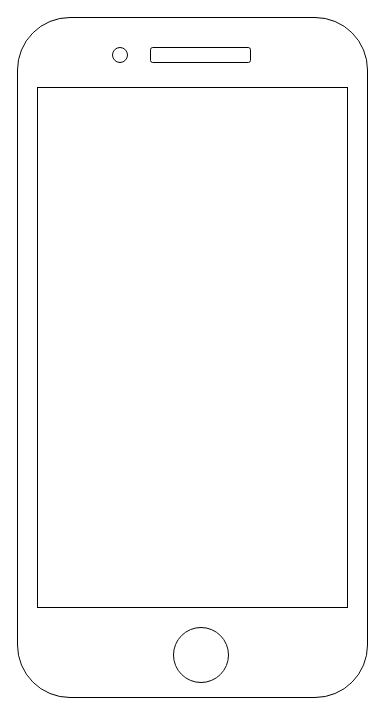
Before: Untitled Diagram.drawio in Minibay/DrawView, a draw.io diagram. Source tidied: cells renumbered, new cells numbered last; positions are measured from the earlier drawing's top-left corner, leaving out a move shared by most shapes. Both pictures are drawn from the tidied source at 100%, with x=0, y=0 at pixel (17, 17).
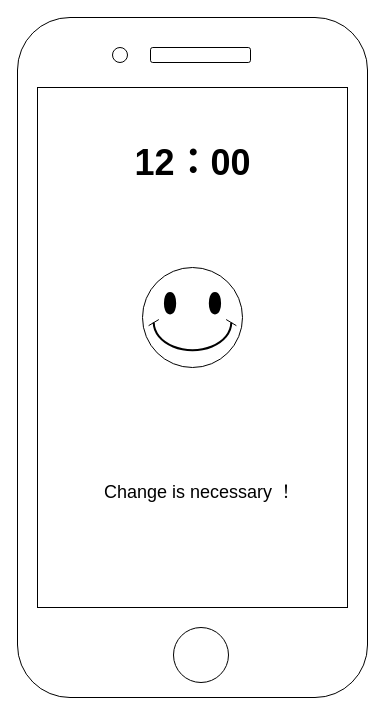
Above is the later version.

Diff of the diagram source:
```diff
@@
 <mxGraphModel>
   <root>
     <mxCell id="0" />
     <mxCell id="1" parent="0" />
     <mxCell id="2" style="rounded=1;whiteSpace=wrap;html=1;" parent="1" vertex="1">
       <mxGeometry width="350" height="680" as="geometry" />
     </mxCell>
     <mxCell id="3" style="ellipse;whiteSpace=wrap;html=1;" parent="1" vertex="1">
       <mxGeometry x="156" y="610" width="55" height="55" as="geometry" />
     </mxCell>
     <mxCell id="4" style="rounded=0;whiteSpace=wrap;html=1;" parent="1" vertex="1">
       <mxGeometry x="20" y="70" width="310" height="520" as="geometry" />
     </mxCell>
     <mxCell id="5" style="ellipse;whiteSpace=wrap;html=1;" parent="1" vertex="1">
       <mxGeometry x="95" y="30" width="15" height="15" as="geometry" />
     </mxCell>
     <mxCell id="6" style="rounded=1;whiteSpace=wrap;html=1;" parent="1" vertex="1">
       <mxGeometry x="133" y="30" width="100" height="15" as="geometry" />
     </mxCell>
+    <mxCell id="7" value="&lt;font style=&quot;font-size: 36px&quot;&gt;12：00&lt;/font&gt;" style="text;strokeColor=none;fillColor=none;html=1;fontSize=24;fontStyle=1;verticalAlign=middle;align=center;" parent="1" vertex="1">
+      <mxGeometry x="117.5" y="120" width="115" height="50" as="geometry" />
+    </mxCell>
+    <mxCell id="8" style="verticalLabelPosition=bottom;verticalAlign=top;html=1;shape=mxgraph.basic.smiley;" parent="1" vertex="1">
+      <mxGeometry x="125" y="250" width="100" height="100" as="geometry" />
+    </mxCell>
+    <mxCell id="9" value="&lt;font style=&quot;font-size: 18px&quot;&gt;Change is necessary ！&lt;/font&gt;&lt;br&gt;" style="text;html=1;strokeColor=none;fillColor=none;align=center;verticalAlign=middle;whiteSpace=wrap;overflow=hidden;" parent="1" vertex="1">
+      <mxGeometry x="85" y="450" width="195" height="50" as="geometry" />
+    </mxCell>
   </root>
 </mxGraphModel>
```
